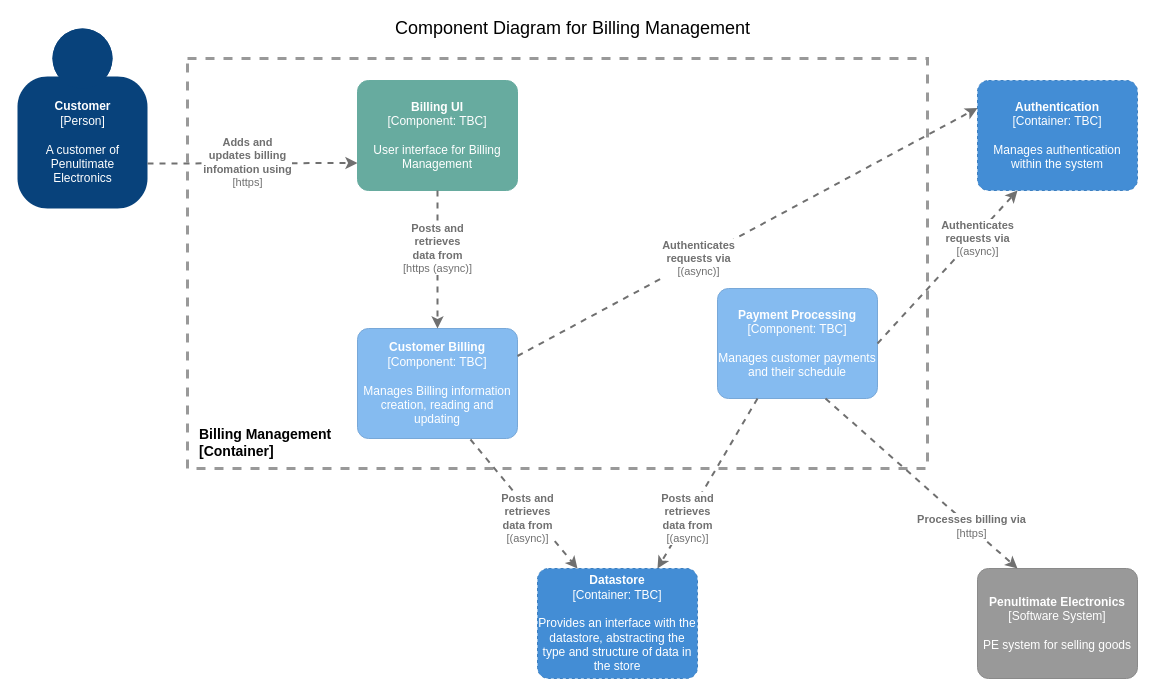
Above: 3.ViewsAndPerspectives/infrastructure/images/BillingComponentDiagram.drawio in tekiegirl/TheMadKatas (draw.io), before the change. Source tidied: cells renumbered, new cells numbered last; positions are measured from the earlier drawing's top-left corner, leaving out a move shared by most shapes. Both pictures are drawn from the tidied source at 100%, with x=0, y=0 at pixel (17, 18).
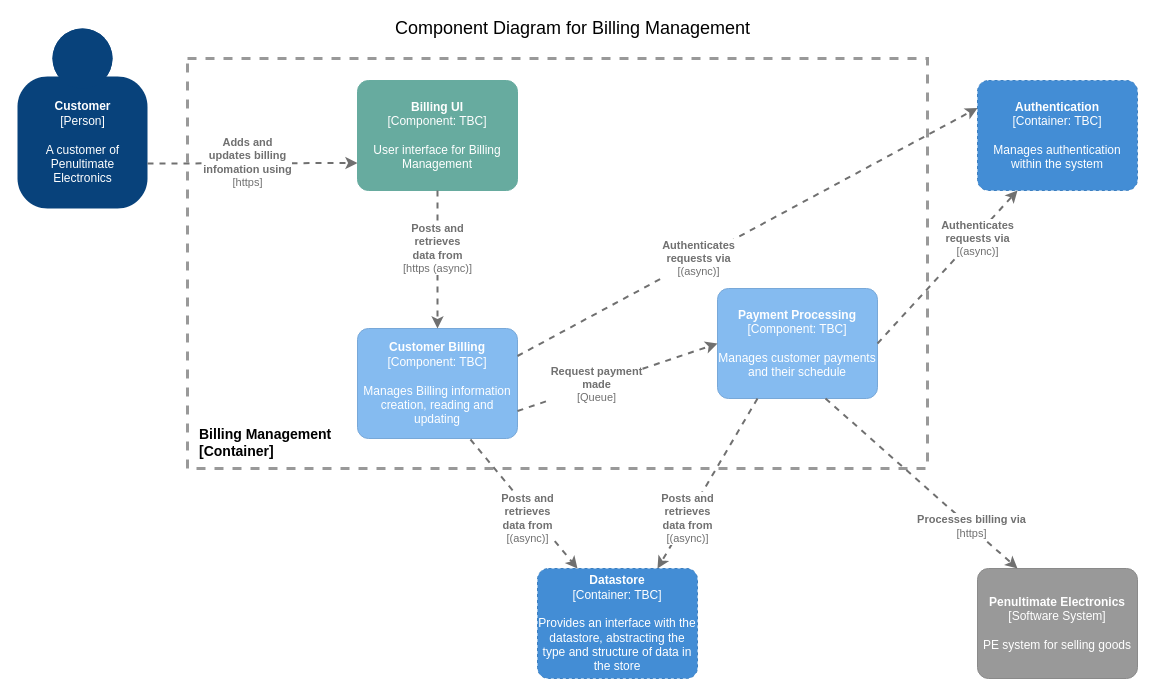
Above is the later version.

Commit message (it also covers changes not shown here):
Add request payment queue to billing component diagram

Unchanged cells that the change refers to:
```xml
<object id="5" label="&lt;b&gt;%c4Name%&lt;/b&gt;&lt;div&gt;[%c4Type%: %c4Technology%]&lt;/div&gt;&lt;br&gt;&lt;div&gt;%c4Description%&lt;/div&gt;" c4Description="Manages Billing information creation, reading and updating" c4Name="Customer Billing" c4Technology="TBC" c4Type="Component" placeholders="1">
  <mxCell style="rounded=1;whiteSpace=wrap;html=1;labelBackgroundColor=none;fillColor=#85BBF0;fontColor=#ffffff;align=center;arcSize=10;strokeColor=#78A8D8;metaData={&quot;c4Type&quot;:{&quot;editable&quot;:false}};points=[[0.25,0,0],[0.5,0,0],[0.75,0,0],[1,0.25,0],[1,0.5,0],[1,0.75,0],[0.75,1,0],[0.5,1,0],[0.25,1,0],[0,0.75,0],[0,0.5,0],[0,0.25,0]];" parent="1" vertex="1">
    <mxGeometry x="340" y="310" width="160" height="110" as="geometry" />
  </mxCell>
</object>
<object id="6" label="&lt;b&gt;%c4Name%&lt;/b&gt;&lt;div&gt;[%c4Type%: %c4Technology%]&lt;/div&gt;&lt;br&gt;&lt;div&gt;%c4Description%&lt;/div&gt;" c4Description="Manages customer payments and their schedule" c4Name="Payment Processing" c4Technology="TBC" c4Type="Component" placeholders="1">
  <mxCell style="rounded=1;whiteSpace=wrap;html=1;labelBackgroundColor=none;fillColor=#85BBF0;fontColor=#ffffff;align=center;arcSize=10;strokeColor=#78A8D8;metaData={&quot;c4Type&quot;:{&quot;editable&quot;:false}};points=[[0.25,0,0],[0.5,0,0],[0.75,0,0],[1,0.25,0],[1,0.5,0],[1,0.75,0],[0.75,1,0],[0.5,1,0],[0.25,1,0],[0,0.75,0],[0,0.5,0],[0,0.25,0]];" parent="1" vertex="1">
    <mxGeometry x="700" y="270" width="160" height="110" as="geometry" />
  </mxCell>
</object>
```

The edit, as a diff of the source:
```diff
@@
+    <object id="19" label="&lt;div style=&quot;text-align: left&quot;&gt;&lt;div style=&quot;text-align: center&quot;&gt;&lt;b&gt;%c4Description%&lt;/b&gt;&lt;/div&gt;&lt;div style=&quot;text-align: center&quot;&gt;[%c4Technology%]&lt;/div&gt;&lt;/div&gt;" c4Description="Request payment&#10;made" c4Technology="Queue" placeholders="1">
+      <mxCell style="edgeStyle=none;rounded=0;html=1;jettySize=auto;strokeColor=#707070;strokeWidth=2;fontColor=#707070;jumpStyle=none;dashed=1;metaData={&quot;c4Type&quot;:{&quot;editable&quot;:false}};exitX=1;exitY=0.75;exitDx=0;exitDy=0;exitPerimeter=0;entryX=0;entryY=0.5;entryDx=0;entryDy=0;entryPerimeter=0;" parent="1" edge="1" source="5" target="6">
+        <mxGeometry x="-0.21" relative="1" as="geometry" />
+      </mxCell>
+    </object>
```
